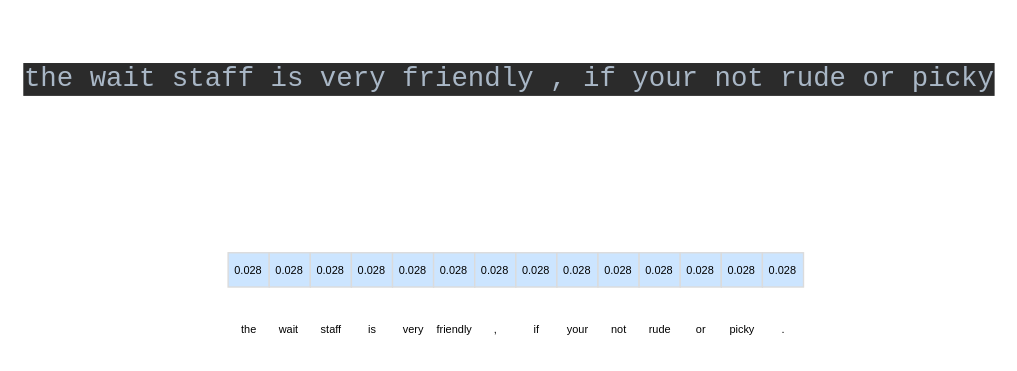
Above: case study.drawio in zhaicao/images (draw.io), before the change. Source tidied: cells renumbered, new cells numbered last; positions are measured from the earlier drawing's top-left corner, leaving out a move shared by most shapes. Both pictures are drawn from the tidied source at 137%, with x=0, y=0 at pixel (49, 23).
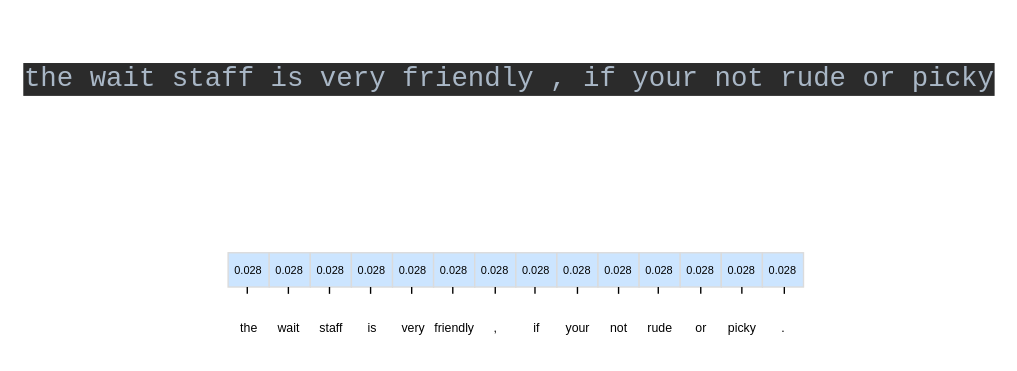
After the change.

Diff of the diagram source:
```diff
@@
-    <mxCell id="16" value="&lt;font style=&quot;font-size: 8px;&quot;&gt;the&lt;/font&gt;" style="text;html=1;align=center;verticalAlign=middle;strokeColor=none;fillColor=none;" parent="1" vertex="1">
-      <mxGeometry x="130" y="207" width="30" height="30" as="geometry" />
+    <mxCell id="16" value="&lt;font style=&quot;font-size: 9px;&quot;&gt;the&lt;/font&gt;" style="text;html=1;align=center;verticalAlign=middle;strokeColor=none;fillColor=none;fontSize=9;" parent="1" vertex="1">
+      <mxGeometry x="125" y="212" width="40" height="20" as="geometry" />
     </mxCell>
-    <mxCell id="17" value="&lt;font style=&quot;font-size: 8px;&quot;&gt;wait&lt;/font&gt;" style="text;html=1;align=center;verticalAlign=middle;strokeColor=none;fillColor=none;" parent="1" vertex="1">
-      <mxGeometry x="154" y="207" width="40" height="30" as="geometry" />
+    <mxCell id="17" value="&lt;font style=&quot;font-size: 9px;&quot;&gt;wait&lt;/font&gt;" style="text;html=1;align=center;verticalAlign=middle;strokeColor=none;fillColor=none;fontSize=9;" parent="1" vertex="1">
+      <mxGeometry x="154" y="212" width="40" height="20" as="geometry" />
     </mxCell>
-    <mxCell id="18" value="&lt;font style=&quot;font-size: 8px;&quot;&gt;staff&lt;/font&gt;" style="text;html=1;align=center;verticalAlign=middle;strokeColor=none;fillColor=none;" parent="1" vertex="1">
-      <mxGeometry x="185" y="207" width="40" height="30" as="geometry" />
+    <mxCell id="18" value="&lt;font style=&quot;font-size: 9px;&quot;&gt;staff&lt;/font&gt;" style="text;html=1;align=center;verticalAlign=middle;strokeColor=none;fillColor=none;fontSize=9;" parent="1" vertex="1">
+      <mxGeometry x="185" y="212" width="40" height="20" as="geometry" />
     </mxCell>
-    <mxCell id="19" value="&lt;font style=&quot;font-size: 8px;&quot;&gt;is&lt;/font&gt;" style="text;html=1;align=center;verticalAlign=middle;strokeColor=none;fillColor=none;" parent="1" vertex="1">
-      <mxGeometry x="220" y="207" width="30" height="30" as="geometry" />
+    <mxCell id="19" value="&lt;font style=&quot;font-size: 9px;&quot;&gt;is&lt;/font&gt;" style="text;html=1;align=center;verticalAlign=middle;strokeColor=none;fillColor=none;fontSize=9;" parent="1" vertex="1">
+      <mxGeometry x="220" y="212" width="30" height="20" as="geometry" />
     </mxCell>
-    <mxCell id="20" value="&lt;font style=&quot;font-size: 8px;&quot;&gt;very&lt;/font&gt;" style="text;html=1;align=center;verticalAlign=middle;strokeColor=none;fillColor=none;" parent="1" vertex="1">
-      <mxGeometry x="245" y="207" width="40" height="30" as="geometry" />
+    <mxCell id="20" value="&lt;font style=&quot;font-size: 9px;&quot;&gt;very&lt;/font&gt;" style="text;html=1;align=center;verticalAlign=middle;strokeColor=none;fillColor=none;fontSize=9;" parent="1" vertex="1">
+      <mxGeometry x="245" y="212" width="40" height="20" as="geometry" />
     </mxCell>
-    <mxCell id="21" value="&lt;font style=&quot;font-size: 8px;&quot;&gt;friendly&lt;/font&gt;" style="text;html=1;align=center;verticalAlign=middle;strokeColor=none;fillColor=none;" parent="1" vertex="1">
-      <mxGeometry x="270" y="207" width="50" height="30" as="geometry" />
+    <mxCell id="21" value="&lt;font style=&quot;font-size: 9px;&quot;&gt;friendly&lt;/font&gt;" style="text;html=1;align=center;verticalAlign=middle;strokeColor=none;fillColor=none;fontSize=9;" parent="1" vertex="1">
+      <mxGeometry x="270" y="212" width="50" height="20" as="geometry" />
     </mxCell>
-    <mxCell id="22" value="&lt;span style=&quot;font-size: 8px;&quot;&gt;,&lt;/span&gt;" style="text;html=1;align=center;verticalAlign=middle;strokeColor=none;fillColor=none;" parent="1" vertex="1">
-      <mxGeometry x="310" y="207" width="30" height="30" as="geometry" />
+    <mxCell id="22" value="&lt;span style=&quot;font-size: 9px;&quot;&gt;,&lt;/span&gt;" style="text;html=1;align=center;verticalAlign=middle;strokeColor=none;fillColor=none;fontSize=9;" parent="1" vertex="1">
+      <mxGeometry x="310" y="212" width="30" height="20" as="geometry" />
     </mxCell>
-    <mxCell id="23" value="&lt;span style=&quot;font-size: 8px;&quot;&gt;if&lt;/span&gt;" style="text;html=1;align=center;verticalAlign=middle;strokeColor=none;fillColor=none;" parent="1" vertex="1">
-      <mxGeometry x="340" y="207" width="30" height="30" as="geometry" />
+    <mxCell id="23" value="&lt;span style=&quot;font-size: 9px;&quot;&gt;if&lt;/span&gt;" style="text;html=1;align=center;verticalAlign=middle;strokeColor=none;fillColor=none;fontSize=9;" parent="1" vertex="1">
+      <mxGeometry x="340" y="212" width="30" height="20" as="geometry" />
     </mxCell>
-    <mxCell id="24" value="&lt;span style=&quot;font-size: 8px;&quot;&gt;your&lt;/span&gt;" style="text;html=1;align=center;verticalAlign=middle;strokeColor=none;fillColor=none;" parent="1" vertex="1">
-      <mxGeometry x="365" y="207" width="40" height="30" as="geometry" />
+    <mxCell id="24" value="&lt;span style=&quot;font-size: 9px;&quot;&gt;your&lt;/span&gt;" style="text;html=1;align=center;verticalAlign=middle;strokeColor=none;fillColor=none;fontSize=9;" parent="1" vertex="1">
+      <mxGeometry x="365" y="212" width="40" height="20" as="geometry" />
     </mxCell>
-    <mxCell id="25" value="&lt;span style=&quot;font-size: 8px;&quot;&gt;not&lt;/span&gt;" style="text;html=1;align=center;verticalAlign=middle;strokeColor=none;fillColor=none;" parent="1" vertex="1">
-      <mxGeometry x="400" y="207" width="30" height="30" as="geometry" />
+    <mxCell id="25" value="&lt;span style=&quot;font-size: 9px;&quot;&gt;not&lt;/span&gt;" style="text;html=1;align=center;verticalAlign=middle;strokeColor=none;fillColor=none;fontSize=9;" parent="1" vertex="1">
+      <mxGeometry x="395" y="212" width="40" height="20" as="geometry" />
     </mxCell>
-    <mxCell id="26" value="&lt;span style=&quot;font-size: 8px;&quot;&gt;rude&lt;/span&gt;" style="text;html=1;align=center;verticalAlign=middle;strokeColor=none;fillColor=none;" parent="1" vertex="1">
-      <mxGeometry x="425" y="207" width="40" height="30" as="geometry" />
+    <mxCell id="26" value="&lt;span style=&quot;font-size: 9px;&quot;&gt;rude&lt;/span&gt;" style="text;html=1;align=center;verticalAlign=middle;strokeColor=none;fillColor=none;fontSize=9;" parent="1" vertex="1">
+      <mxGeometry x="425" y="212" width="40" height="20" as="geometry" />
     </mxCell>
-    <mxCell id="27" value="&lt;span style=&quot;font-size: 8px;&quot;&gt;or&lt;/span&gt;" style="text;html=1;align=center;verticalAlign=middle;strokeColor=none;fillColor=none;" parent="1" vertex="1">
-      <mxGeometry x="460" y="207" width="30" height="30" as="geometry" />
+    <mxCell id="27" value="&lt;span style=&quot;font-size: 9px;&quot;&gt;or&lt;/span&gt;" style="text;html=1;align=center;verticalAlign=middle;strokeColor=none;fillColor=none;fontSize=9;" parent="1" vertex="1">
+      <mxGeometry x="460" y="212" width="30" height="20" as="geometry" />
     </mxCell>
-    <mxCell id="28" value="&lt;span style=&quot;font-size: 8px;&quot;&gt;picky&lt;/span&gt;" style="text;html=1;align=center;verticalAlign=middle;strokeColor=none;fillColor=none;" parent="1" vertex="1">
-      <mxGeometry x="485" y="207" width="40" height="30" as="geometry" />
+    <mxCell id="28" value="&lt;span style=&quot;font-size: 9px;&quot;&gt;picky&lt;/span&gt;" style="text;html=1;align=center;verticalAlign=middle;strokeColor=none;fillColor=none;fontSize=9;" parent="1" vertex="1">
+      <mxGeometry x="485" y="212" width="40" height="20" as="geometry" />
     </mxCell>
@@
-    <mxCell id="30" value="&lt;span style=&quot;font-size: 8px;&quot;&gt;.&lt;/span&gt;" style="text;html=1;align=center;verticalAlign=middle;strokeColor=none;fillColor=none;" parent="1" vertex="1">
-      <mxGeometry x="520" y="207" width="30" height="30" as="geometry" />
+    <mxCell id="30" value="&lt;span style=&quot;font-size: 9px;&quot;&gt;.&lt;/span&gt;" style="text;html=1;align=center;verticalAlign=middle;strokeColor=none;fillColor=none;fontSize=9;" parent="1" vertex="1">
+      <mxGeometry x="520" y="212" width="30" height="20" as="geometry" />
     </mxCell>
+    <mxCell id="31" style="endArrow=none;html=1;rounded=0;" parent="1" edge="1">
+      <mxGeometry relative="1" as="geometry">
+        <mxPoint x="144" y="197" as="sourcePoint" />
+        <mxPoint x="144" y="192" as="targetPoint" />
+      </mxGeometry>
+    </mxCell>
+    <mxCell id="32" style="endArrow=none;html=1;rounded=0;" parent="1" edge="1">
+      <mxGeometry relative="1" as="geometry">
+        <mxPoint x="174" y="197" as="sourcePoint" />
+        <mxPoint x="174" y="192" as="targetPoint" />
+      </mxGeometry>
+    </mxCell>
+    <mxCell id="33" style="endArrow=none;html=1;rounded=0;" parent="1" edge="1">
+      <mxGeometry relative="1" as="geometry">
+        <mxPoint x="204" y="197" as="sourcePoint" />
+        <mxPoint x="204" y="192" as="targetPoint" />
+      </mxGeometry>
+    </mxCell>
+    <mxCell id="34" style="endArrow=none;html=1;rounded=0;" parent="1" edge="1">
+      <mxGeometry relative="1" as="geometry">
+        <mxPoint x="234" y="197" as="sourcePoint" />
+        <mxPoint x="234" y="192" as="targetPoint" />
+      </mxGeometry>
+    </mxCell>
+    <mxCell id="35" style="endArrow=none;html=1;rounded=0;" parent="1" edge="1">
+      <mxGeometry relative="1" as="geometry">
+        <mxPoint x="264" y="197" as="sourcePoint" />
+        <mxPoint x="264" y="192" as="targetPoint" />
+      </mxGeometry>
+    </mxCell>
+    <mxCell id="36" style="endArrow=none;html=1;rounded=0;" parent="1" edge="1">
+      <mxGeometry relative="1" as="geometry">
+        <mxPoint x="294" y="197" as="sourcePoint" />
+        <mxPoint x="294" y="192" as="targetPoint" />
+      </mxGeometry>
+    </mxCell>
+    <mxCell id="37" style="endArrow=none;html=1;rounded=0;" parent="1" edge="1">
+      <mxGeometry relative="1" as="geometry">
+        <mxPoint x="325" y="197" as="sourcePoint" />
+        <mxPoint x="325" y="192" as="targetPoint" />
+      </mxGeometry>
+    </mxCell>
+    <mxCell id="38" style="endArrow=none;html=1;rounded=0;" parent="1" edge="1">
+      <mxGeometry relative="1" as="geometry">
+        <mxPoint x="354" y="197" as="sourcePoint" />
+        <mxPoint x="354" y="192" as="targetPoint" />
+      </mxGeometry>
+    </mxCell>
+    <mxCell id="39" style="endArrow=none;html=1;rounded=0;" parent="1" edge="1">
+      <mxGeometry relative="1" as="geometry">
+        <mxPoint x="385" y="197" as="sourcePoint" />
+        <mxPoint x="385" y="192" as="targetPoint" />
+      </mxGeometry>
+    </mxCell>
+    <mxCell id="40" style="endArrow=none;html=1;rounded=0;" parent="1" edge="1">
+      <mxGeometry relative="1" as="geometry">
+        <mxPoint x="415" y="197" as="sourcePoint" />
+        <mxPoint x="415" y="192" as="targetPoint" />
+      </mxGeometry>
+    </mxCell>
+    <mxCell id="41" style="endArrow=none;html=1;rounded=0;" parent="1" edge="1">
+      <mxGeometry relative="1" as="geometry">
+        <mxPoint x="444" y="197" as="sourcePoint" />
+        <mxPoint x="444" y="192" as="targetPoint" />
+      </mxGeometry>
+    </mxCell>
+    <mxCell id="42" style="endArrow=none;html=1;rounded=0;" parent="1" edge="1">
+      <mxGeometry relative="1" as="geometry">
+        <mxPoint x="475" y="197" as="sourcePoint" />
+        <mxPoint x="475" y="192" as="targetPoint" />
+      </mxGeometry>
+    </mxCell>
+    <mxCell id="43" style="endArrow=none;html=1;rounded=0;" parent="1" edge="1">
+      <mxGeometry relative="1" as="geometry">
+        <mxPoint x="505" y="197" as="sourcePoint" />
+        <mxPoint x="505" y="192" as="targetPoint" />
+      </mxGeometry>
+    </mxCell>
+    <mxCell id="44" style="endArrow=none;html=1;rounded=0;" parent="1" edge="1">
+      <mxGeometry relative="1" as="geometry">
+        <mxPoint x="536" y="197" as="sourcePoint" />
+        <mxPoint x="536" y="192" as="targetPoint" />
+      </mxGeometry>
+    </mxCell>
```
